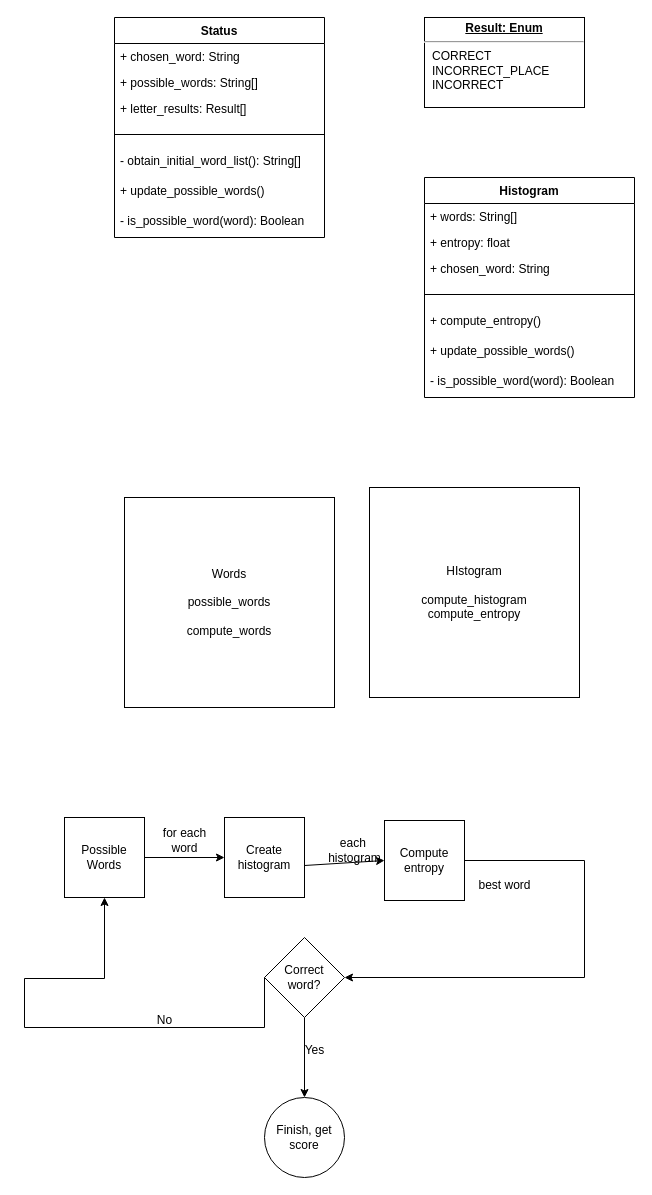
The draw.io diagram HWordle.drawio in trujimat/HWordle, before the edit. Source tidied: cells renumbered, new cells numbered last; positions are measured from the earlier drawing's top-left corner, leaving out a move shared by most shapes. Both pictures are drawn from the tidied source at 100%, with x=0, y=0 at pixel (24, 17).
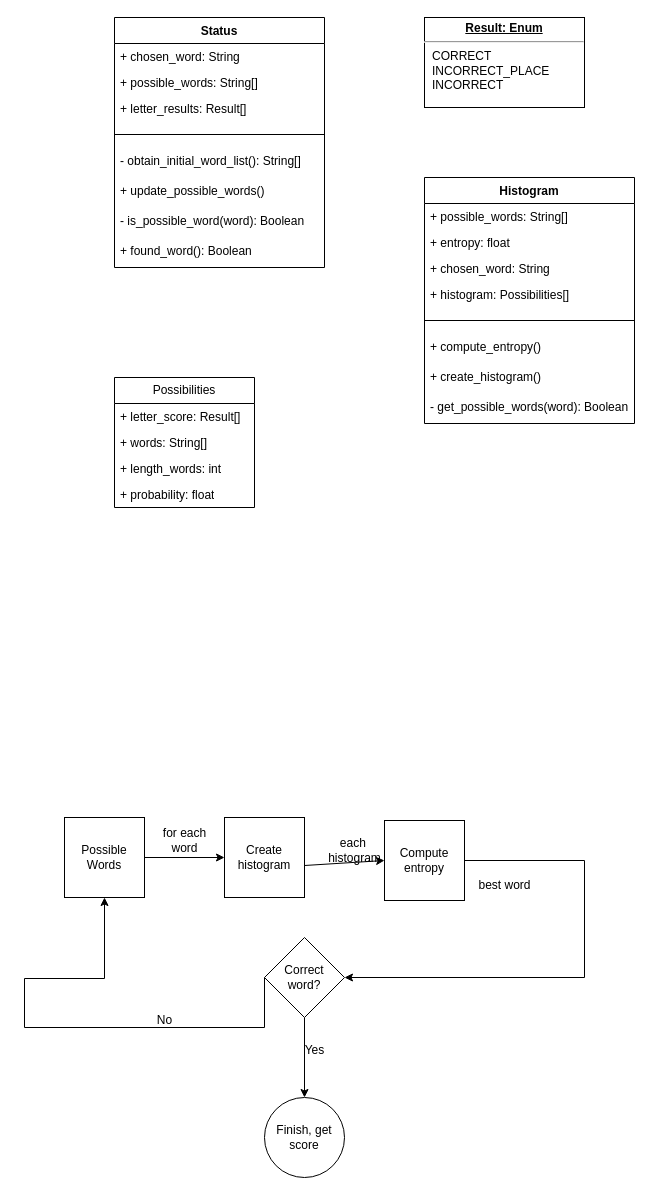
The same diagram, later.

Diff of the diagram source:
```diff
@@
-    <mxCell id="2" value="HIstogram&lt;br&gt;&lt;br&gt;compute_histogram&lt;br&gt;compute_entropy&lt;br&gt;" style="whiteSpace=wrap;html=1;" parent="1" vertex="1">
-      <mxGeometry x="345" y="470" width="210" height="210" as="geometry" />
-    </mxCell>
-    <mxCell id="3" value="Words&lt;br&gt;&lt;br&gt;possible_words&lt;br&gt;&lt;br&gt;compute_words" style="whiteSpace=wrap;html=1;" parent="1" vertex="1">
-      <mxGeometry x="100" y="480" width="210" height="210" as="geometry" />
-    </mxCell>
@@
     <mxCell id="19" value="Status" style="swimlane;fontStyle=1;align=center;verticalAlign=top;horizontal=1;startSize=26;whiteSpace=wrap;html=1;" parent="1" vertex="1">
-      <mxGeometry x="90" width="210" height="220" as="geometry" />
+      <mxGeometry x="90" width="210" height="250" as="geometry" />
     </mxCell>
@@
+    <mxCell id="36" value="+ found_word(): Boolean" style="text;strokeColor=none;fillColor=none;align=left;verticalAlign=top;spacingLeft=4;spacingRight=4;overflow=hidden;whiteSpace=wrap;html=1;" parent="19" vertex="1">
+      <mxGeometry y="220" width="210" height="30" as="geometry" />
+    </mxCell>
@@
     <mxCell id="28" value="Histogram" style="swimlane;fontStyle=1;align=center;verticalAlign=top;horizontal=1;startSize=26;whiteSpace=wrap;html=1;" parent="1" vertex="1">
-      <mxGeometry x="400" y="160" width="210" height="220" as="geometry" />
+      <mxGeometry x="400" y="160" width="210" height="246" as="geometry" />
     </mxCell>
-    <mxCell id="29" value="+ words: String[]" style="text;strokeColor=none;fillColor=none;align=left;verticalAlign=top;spacingLeft=4;spacingRight=4;overflow=hidden;whiteSpace=wrap;html=1;" parent="28" vertex="1">
+    <mxCell id="29" value="+ possible_words: String[]" style="text;strokeColor=none;fillColor=none;align=left;verticalAlign=top;spacingLeft=4;spacingRight=4;overflow=hidden;whiteSpace=wrap;html=1;" parent="28" vertex="1">
       <mxGeometry y="26" width="210" height="26" as="geometry" />
     </mxCell>
@@
+    <mxCell id="37" value="+ histogram: Possibilities[]" style="text;strokeColor=none;fillColor=none;align=left;verticalAlign=top;spacingLeft=4;spacingRight=4;overflow=hidden;whiteSpace=wrap;html=1;" parent="28" vertex="1">
+      <mxGeometry y="104" width="210" height="26" as="geometry" />
+    </mxCell>
     <mxCell id="32" style="line;strokeWidth=1;fillColor=none;align=left;verticalAlign=middle;spacingTop=-1;spacingLeft=3;spacingRight=3;labelPosition=right;strokeColor=inherit;" parent="28" vertex="1">
-      <mxGeometry y="104" width="210" height="26" as="geometry" />
+      <mxGeometry y="130" width="210" height="26" as="geometry" />
     </mxCell>
     <mxCell id="33" value="+ compute_entropy()" style="text;strokeColor=none;fillColor=none;align=left;verticalAlign=top;spacingLeft=4;spacingRight=4;overflow=hidden;whiteSpace=wrap;html=1;" parent="28" vertex="1">
-      <mxGeometry y="130" width="210" height="30" as="geometry" />
+      <mxGeometry y="156" width="210" height="30" as="geometry" />
     </mxCell>
-    <mxCell id="34" value="+ update_possible_words()" style="text;strokeColor=none;fillColor=none;align=left;verticalAlign=top;spacingLeft=4;spacingRight=4;overflow=hidden;whiteSpace=wrap;html=1;" parent="28" vertex="1">
-      <mxGeometry y="160" width="210" height="30" as="geometry" />
+    <mxCell id="34" value="+ create_histogram()" style="text;strokeColor=none;fillColor=none;align=left;verticalAlign=top;spacingLeft=4;spacingRight=4;overflow=hidden;whiteSpace=wrap;html=1;" parent="28" vertex="1">
+      <mxGeometry y="186" width="210" height="30" as="geometry" />
     </mxCell>
-    <mxCell id="35" value="- is_possible_word(word): Boolean" style="text;strokeColor=none;fillColor=none;align=left;verticalAlign=top;spacingLeft=4;spacingRight=4;overflow=hidden;whiteSpace=wrap;html=1;" parent="28" vertex="1">
-      <mxGeometry y="190" width="210" height="30" as="geometry" />
+    <mxCell id="35" value="- get_possible_words(word): Boolean" style="text;strokeColor=none;fillColor=none;align=left;verticalAlign=top;spacingLeft=4;spacingRight=4;overflow=hidden;whiteSpace=wrap;html=1;" parent="28" vertex="1">
+      <mxGeometry y="216" width="210" height="30" as="geometry" />
     </mxCell>
+    <mxCell id="38" value="Possibilities" style="swimlane;fontStyle=0;horizontal=1;startSize=26;fillColor=none;whiteSpace=wrap;html=1;" parent="1" vertex="1">
+      <mxGeometry x="90" y="360" width="140" height="130" as="geometry" />
+    </mxCell>
+    <mxCell id="39" value="+ letter_score: Result[]" style="text;strokeColor=none;fillColor=none;align=left;verticalAlign=top;spacingLeft=4;spacingRight=4;overflow=hidden;whiteSpace=wrap;html=1;" parent="38" vertex="1">
+      <mxGeometry y="26" width="140" height="26" as="geometry" />
+    </mxCell>
+    <mxCell id="40" value="+ words: String[]" style="text;strokeColor=none;fillColor=none;align=left;verticalAlign=top;spacingLeft=4;spacingRight=4;overflow=hidden;whiteSpace=wrap;html=1;" parent="38" vertex="1">
+      <mxGeometry y="52" width="140" height="26" as="geometry" />
+    </mxCell>
+    <mxCell id="41" value="+ length_words: int" style="text;strokeColor=none;fillColor=none;align=left;verticalAlign=top;spacingLeft=4;spacingRight=4;overflow=hidden;whiteSpace=wrap;html=1;" parent="38" vertex="1">
+      <mxGeometry y="78" width="140" height="26" as="geometry" />
+    </mxCell>
+    <mxCell id="42" value="+ probability: float" style="text;strokeColor=none;fillColor=none;align=left;verticalAlign=top;spacingLeft=4;spacingRight=4;overflow=hidden;whiteSpace=wrap;html=1;" parent="38" vertex="1">
+      <mxGeometry y="104" width="140" height="26" as="geometry" />
+    </mxCell>
```
